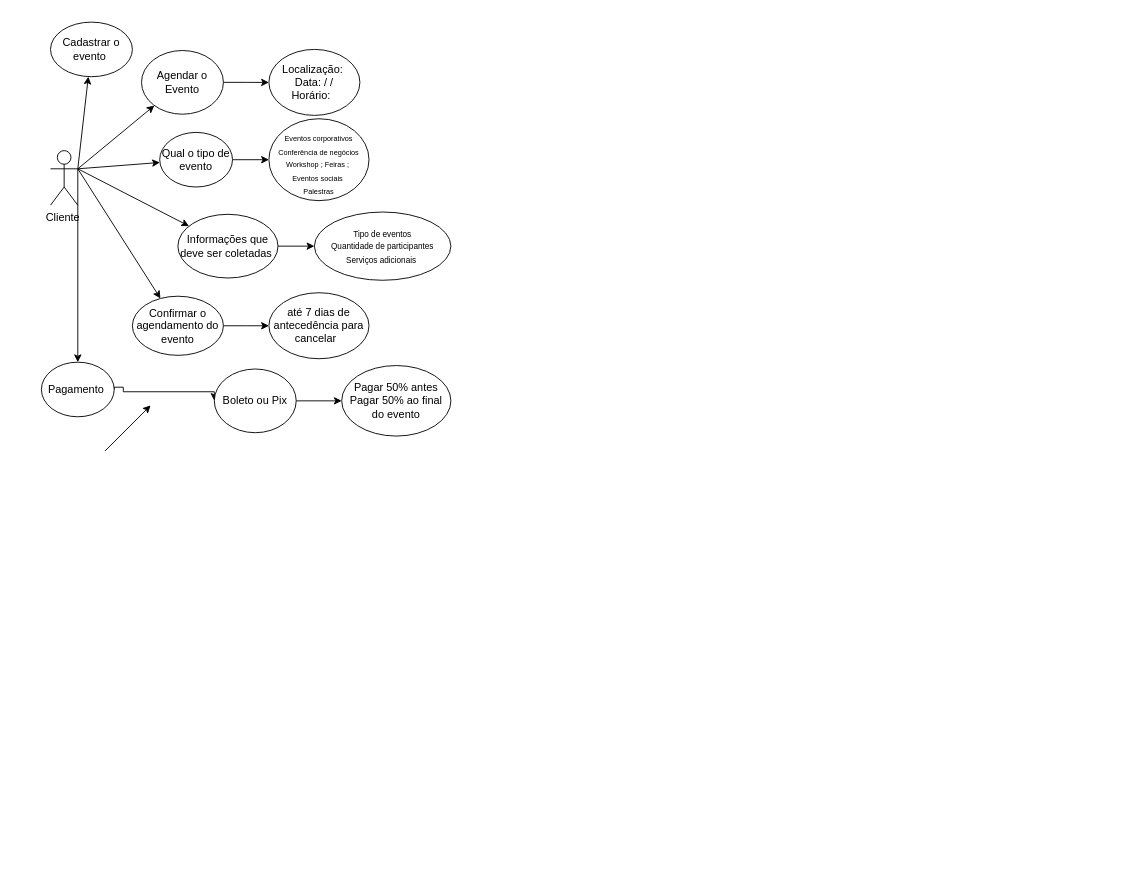
Before: GestãoDeEventos.drawio in Bernardo-Alves125/Diagramas-de-requisitos, a draw.io diagram. Source tidied: cells renumbered, new cells numbered last; positions are measured from the earlier drawing's top-left corner, leaving out a move shared by most shapes. Both pictures are drawn from the tidied source at 91%, with x=0, y=0 at pixel (41, 22).
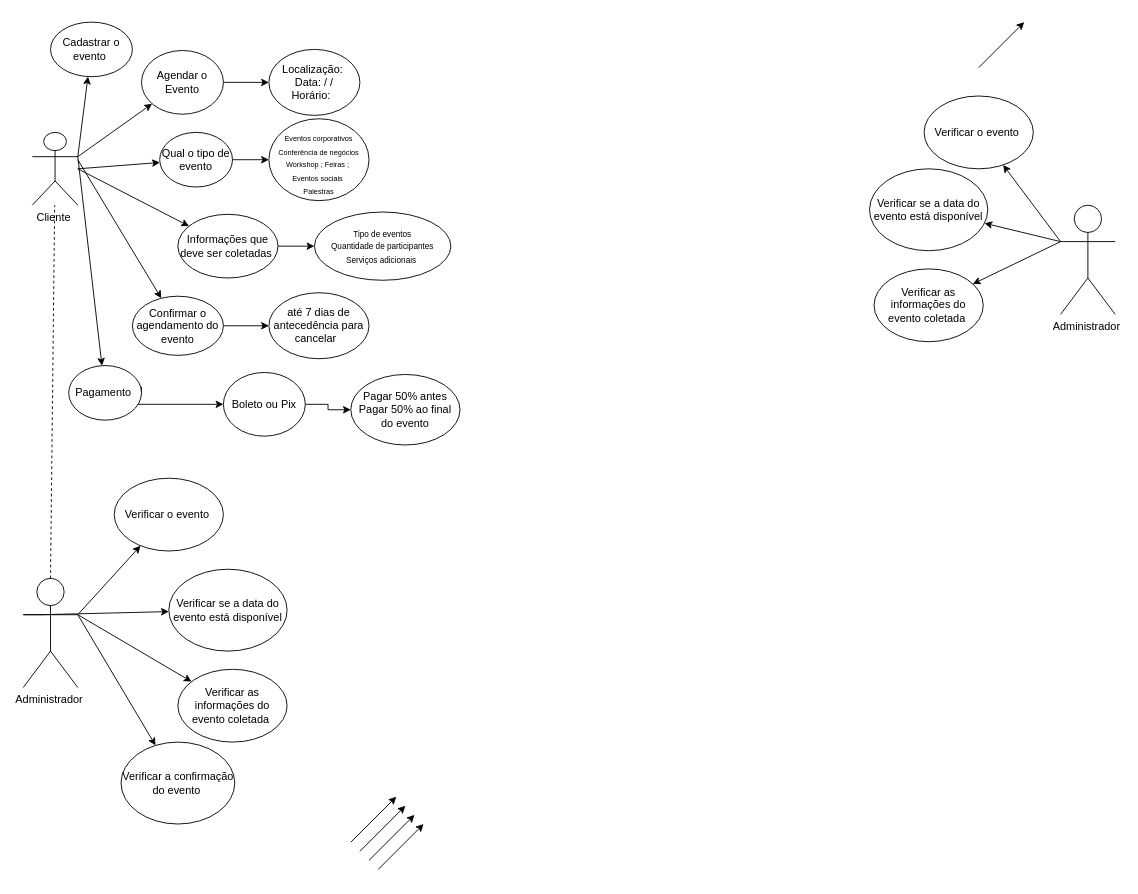
The same page after the edit.

Unchanged cells that the change refers to:
```xml
<mxCell id="25" value="Confirmar o agendamento do evento" style="ellipse;whiteSpace=wrap;html=1;" parent="1" vertex="1">
  <mxGeometry x="100" y="301" width="100" height="65" as="geometry" />
</mxCell>
```

Change to the diagram source:
```diff
@@
     <mxCell id="2" value="Cliente&amp;nbsp;" style="shape=umlActor;verticalLabelPosition=bottom;verticalAlign=top;html=1;outlineConnect=0;" parent="1" vertex="1">
-      <mxGeometry x="10" y="141" width="30" height="60" as="geometry" />
+      <mxGeometry x="-10" y="121" width="50" height="80" as="geometry" />
     </mxCell>
@@
     <mxCell id="8" style="endArrow=classic;html=1;rounded=0;" parent="1" edge="1" target="25">
       <mxGeometry relative="1" as="geometry">
-        <mxPoint x="40" y="161" as="sourcePoint" />
+        <mxPoint x="40" y="151" as="sourcePoint" />
       </mxGeometry>
     </mxCell>
-    <mxCell id="9" style="endArrow=classic;html=1;rounded=0;" parent="1" edge="1">
-      <mxGeometry relative="1" as="geometry">
-        <mxPoint x="70" y="471" as="sourcePoint" />
-        <mxPoint x="120" y="421" as="targetPoint" />
-      </mxGeometry>
+    <mxCell id="9" style="endArrow=classic;html=1;rounded=0;exitX=0;exitY=0.3333333333333333;exitDx=0;exitDy=0;exitPerimeter=0;" parent="1" edge="1" source="28" target="32">
+      <mxGeometry relative="1" as="geometry" />
     </mxCell>
@@
     <mxCell id="17" value="Pagamento&amp;nbsp;" style="ellipse;whiteSpace=wrap;html=1;" parent="1" vertex="1">
-      <mxGeometry y="373.5" width="80" height="60" as="geometry" />
+      <mxGeometry x="30" y="377.2" width="80" height="60" as="geometry" />
     </mxCell>
@@
     <mxCell id="23" value="Boleto ou Pix" style="ellipse;whiteSpace=wrap;html=1;" parent="1" vertex="1">
-      <mxGeometry x="190" y="381" width="90" height="70" as="geometry" />
+      <mxGeometry x="200" y="384.8" width="90" height="70" as="geometry" />
     </mxCell>
@@
     <mxCell id="27" value="Pagar 50% antes&lt;div&gt;Pagar 50% ao final do evento&lt;/div&gt;" style="ellipse;whiteSpace=wrap;html=1;" parent="1" vertex="1">
-      <mxGeometry x="330" y="377.2" width="120" height="77.5" as="geometry" />
+      <mxGeometry x="340" y="387" width="120" height="77.5" as="geometry" />
     </mxCell>
+    <mxCell id="28" value="Administrador&amp;nbsp;" style="shape=umlActor;verticalLabelPosition=bottom;verticalAlign=top;html=1;outlineConnect=0;" parent="1" vertex="1">
+      <mxGeometry x="1120" y="201" width="60" height="120" as="geometry" />
+    </mxCell>
+    <mxCell id="29" style="endArrow=classic;html=1;rounded=0;" parent="1" edge="1">
+      <mxGeometry relative="1" as="geometry">
+        <mxPoint x="1030" y="49.8" as="sourcePoint" />
+        <mxPoint x="1080" y="-0.2" as="targetPoint" />
+      </mxGeometry>
+    </mxCell>
+    <mxCell id="30" style="endArrow=classic;html=1;rounded=0;" parent="1" edge="1">
+      <mxGeometry relative="1" as="geometry">
+        <mxPoint x="340" y="901" as="sourcePoint" />
+        <mxPoint x="390" y="851" as="targetPoint" />
+      </mxGeometry>
+    </mxCell>
+    <mxCell id="31" style="endArrow=classic;html=1;rounded=0;" parent="1" edge="1" target="45">
+      <mxGeometry relative="1" as="geometry">
+        <mxPoint x="40" y="651" as="sourcePoint" />
+      </mxGeometry>
+    </mxCell>
+    <mxCell id="32" value="Verificar o evento&amp;nbsp;" style="ellipse;whiteSpace=wrap;html=1;" parent="1" vertex="1">
+      <mxGeometry x="970" y="81" width="120" height="80" as="geometry" />
+    </mxCell>
+    <mxCell id="33" style="endArrow=classic;html=1;rounded=0;exitX=0;exitY=0.3333333333333333;exitDx=0;exitDy=0;exitPerimeter=0;" parent="1" edge="1" source="28" target="34">
+      <mxGeometry relative="1" as="geometry" />
+    </mxCell>
+    <mxCell id="34" value="Verificar se a data do evento está disponível" style="ellipse;whiteSpace=wrap;html=1;" parent="1" vertex="1">
+      <mxGeometry x="910" y="161" width="130" height="90" as="geometry" />
+    </mxCell>
+    <mxCell id="35" style="endArrow=classic;html=1;rounded=0;exitX=0;exitY=0.3333333333333333;exitDx=0;exitDy=0;exitPerimeter=0;" parent="1" edge="1" source="28" target="36">
+      <mxGeometry relative="1" as="geometry" />
+    </mxCell>
+    <mxCell id="36" value="Verificar as informações do evento coletada&amp;nbsp;" style="ellipse;whiteSpace=wrap;html=1;" parent="1" vertex="1">
+      <mxGeometry x="915" y="271" width="120" height="80" as="geometry" />
+    </mxCell>
+    <mxCell id="37" style="endArrow=classic;html=1;rounded=0;" parent="1" edge="1" target="39">
+      <mxGeometry relative="1" as="geometry">
+        <mxPoint x="40" y="651" as="sourcePoint" />
+      </mxGeometry>
+    </mxCell>
+    <mxCell id="38" value="Administrador&amp;nbsp;" style="shape=umlActor;verticalLabelPosition=bottom;verticalAlign=top;html=1;outlineConnect=0;" parent="1" vertex="1">
+      <mxGeometry x="-20" y="611" width="60" height="120" as="geometry" />
+    </mxCell>
+    <mxCell id="39" value="Verificar o evento&amp;nbsp;" style="ellipse;whiteSpace=wrap;html=1;" parent="1" vertex="1">
+      <mxGeometry x="80" y="501" width="120" height="80" as="geometry" />
+    </mxCell>
+    <mxCell id="40" style="endArrow=classic;html=1;rounded=0;exitX=0;exitY=0.3333333333333333;exitDx=0;exitDy=0;exitPerimeter=0;" parent="1" edge="1" source="38" target="41">
+      <mxGeometry relative="1" as="geometry">
+        <Array as="points">
+          <mxPoint y="651" />
+        </Array>
+      </mxGeometry>
+    </mxCell>
+    <mxCell id="41" value="Verificar se a data do evento está disponível" style="ellipse;whiteSpace=wrap;html=1;" parent="1" vertex="1">
+      <mxGeometry x="140" y="601" width="130" height="90" as="geometry" />
+    </mxCell>
+    <mxCell id="42" style="endArrow=classic;html=1;rounded=0;exitX=1;exitY=0.3333333333333333;exitDx=0;exitDy=0;exitPerimeter=0;" parent="1" edge="1" source="38" target="43">
+      <mxGeometry relative="1" as="geometry" />
+    </mxCell>
+    <mxCell id="43" value="Verificar as informações do evento coletada&amp;nbsp;" style="ellipse;whiteSpace=wrap;html=1;" parent="1" vertex="1">
+      <mxGeometry x="150" y="711" width="120" height="80" as="geometry" />
+    </mxCell>
+    <mxCell id="44" style="endArrow=none;dashed=1;html=1;rounded=0;exitX=0.5;exitY=0;exitDx=0;exitDy=0;exitPerimeter=0;" parent="1" edge="1" source="38" target="2">
+      <mxGeometry relative="1" as="geometry" />
+    </mxCell>
+    <mxCell id="45" value="Verificar a confirmação&lt;div&gt;do evento&amp;nbsp;&lt;/div&gt;" style="ellipse;whiteSpace=wrap;html=1;" parent="1" vertex="1">
+      <mxGeometry x="87.5" y="791" width="125" height="90" as="geometry" />
+    </mxCell>
+    <mxCell id="46" style="endArrow=classic;html=1;rounded=0;" parent="1" edge="1">
+      <mxGeometry relative="1" as="geometry">
+        <mxPoint x="350" y="911" as="sourcePoint" />
+        <mxPoint x="400" y="861" as="targetPoint" />
+      </mxGeometry>
+    </mxCell>
+    <mxCell id="47" style="endArrow=classic;html=1;rounded=0;" parent="1" edge="1">
+      <mxGeometry relative="1" as="geometry">
+        <mxPoint x="360" y="921" as="sourcePoint" />
+        <mxPoint x="410" y="871" as="targetPoint" />
+      </mxGeometry>
+    </mxCell>
+    <mxCell id="48" style="endArrow=classic;html=1;rounded=0;" parent="1" edge="1">
+      <mxGeometry relative="1" as="geometry">
+        <mxPoint x="370" y="931" as="sourcePoint" />
+        <mxPoint x="420" y="881" as="targetPoint" />
+      </mxGeometry>
+    </mxCell>
```
